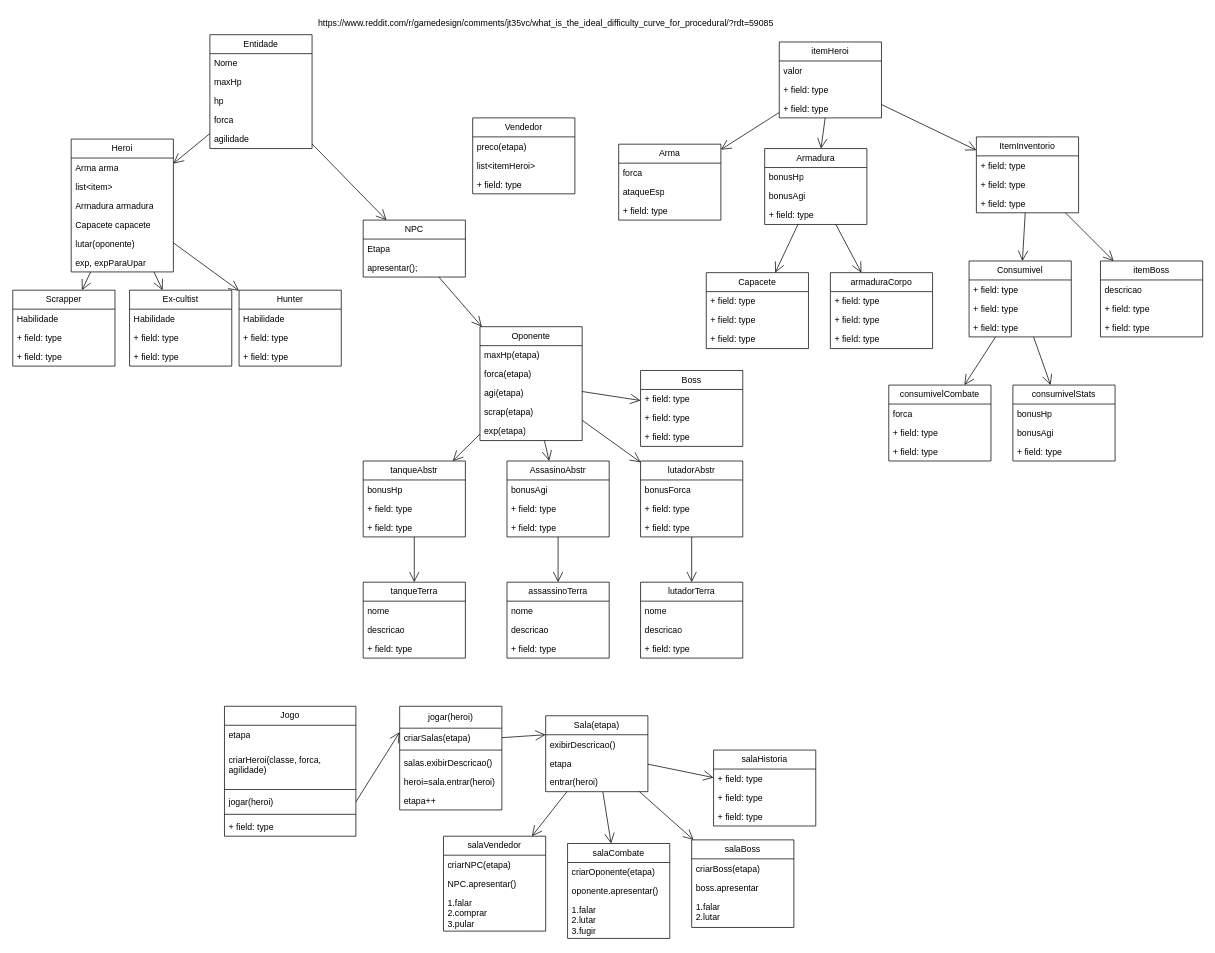
This is sftdev/POO/TP_POO_guilherme_carasek/Diagrama.drawio from Guilherme-Carasek/sftdev, a draw.io file, before an edit. Source tidied: cells renumbered, new cells numbered last; positions are measured from the earlier drawing's top-left corner, leaving out a move shared by most shapes. Both pictures are drawn from the tidied source at 73%, with x=0, y=0 at pixel (12, 12).
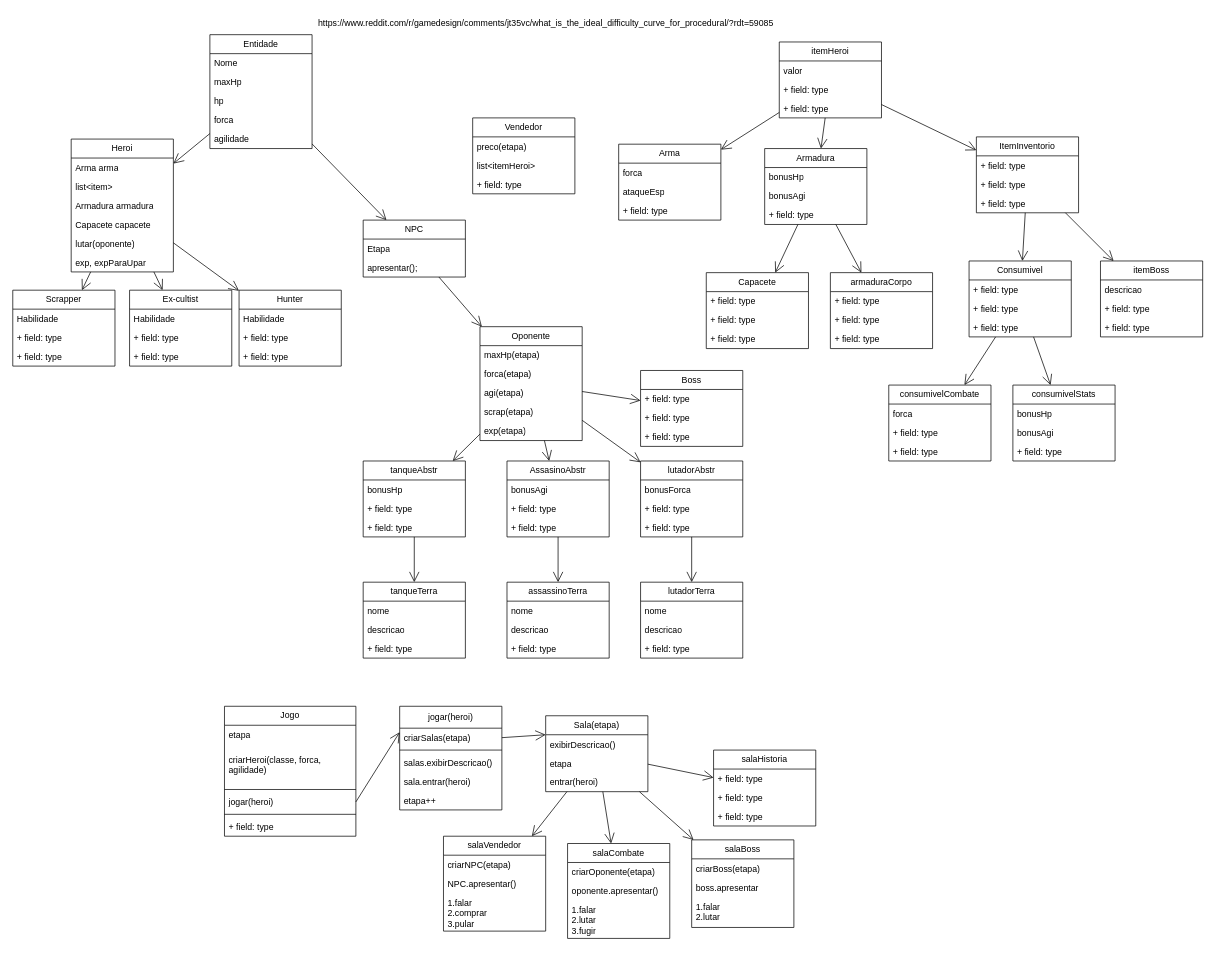
The same diagram, later.

The change refers to these unchanged cells:
```xml
<mxCell id="139" value="jogar(heroi)" style="swimlane;fontStyle=0;horizontal=1;startSize=30;fillColor=none;whiteSpace=wrap;html=1;" parent="1" vertex="1">
  <mxGeometry x="530" y="950" width="140" height="142" as="geometry" />
</mxCell>
```

Change to the diagram source:
```diff
@@
-    <mxCell id="143" value="heroi=sala.entrar(heroi)" style="text;strokeColor=none;fillColor=none;align=left;verticalAlign=top;spacingLeft=4;spacingRight=4;overflow=hidden;whiteSpace=wrap;html=1;" parent="139" vertex="1">
+    <mxCell id="143" value="sala.entrar(heroi)" style="text;strokeColor=none;fillColor=none;align=left;verticalAlign=top;spacingLeft=4;spacingRight=4;overflow=hidden;whiteSpace=wrap;html=1;" parent="139" vertex="1">
       <mxGeometry y="90" width="140" height="26" as="geometry" />
     </mxCell>
```
